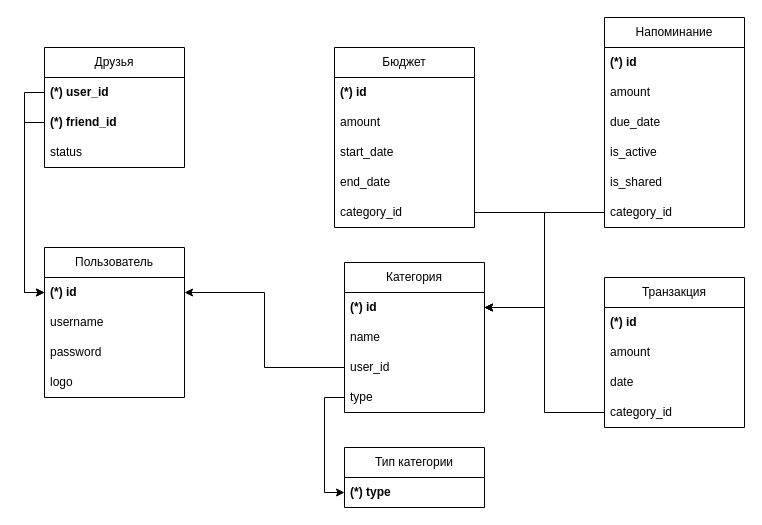
Before: doc/relational.drawio in dneovu/finance-tracker, a draw.io diagram. Source tidied: cells renumbered, new cells numbered last; positions are measured from the earlier drawing's top-left corner, leaving out a move shared by most shapes. Both pictures are drawn from the tidied source at 100%, with x=0, y=0 at pixel (44, 17).
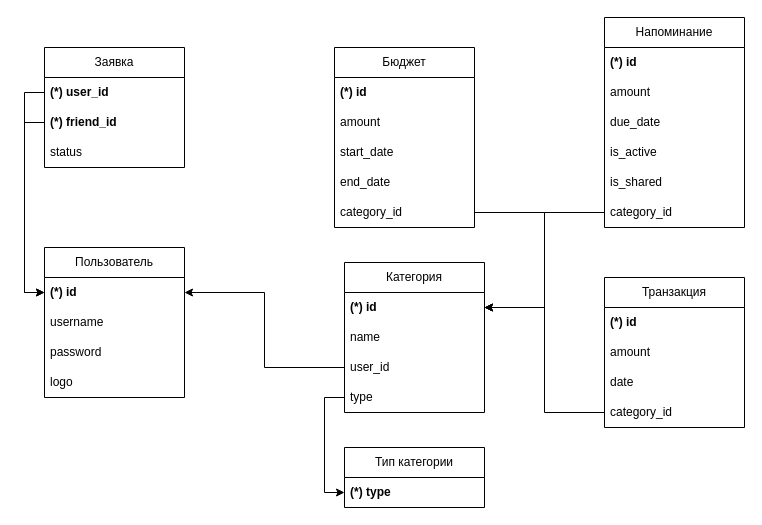
The same diagram, later.

Change to the diagram source:
```diff
@@
-    <mxCell id="32" value="Друзья" style="swimlane;fontStyle=0;horizontal=1;startSize=30;whiteSpace=wrap;html=1;" parent="1" vertex="1">
+    <mxCell id="32" value="Заявка" style="swimlane;fontStyle=0;horizontal=1;startSize=30;whiteSpace=wrap;html=1;" parent="1" vertex="1">
       <mxGeometry y="30" width="140" height="120" as="geometry" />
     </mxCell>
```
